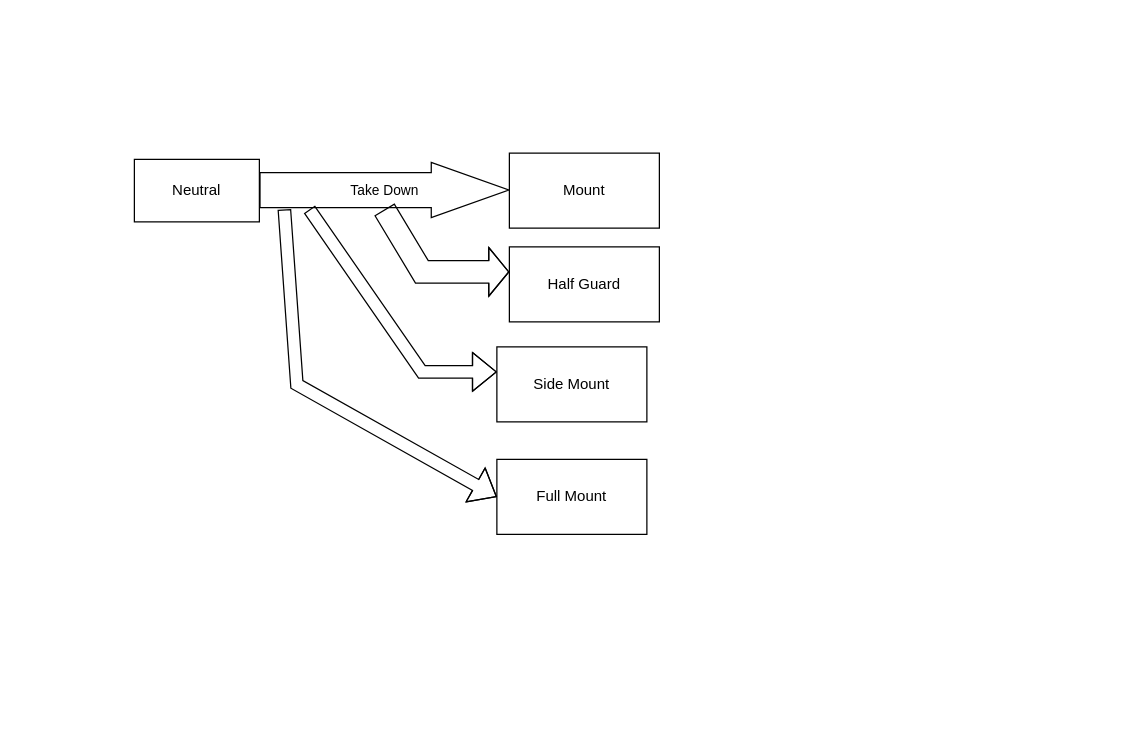
Earlier version of the draw.io diagram Untitled Diagram.drawio (morik04/BJJ). Source tidied: cells renumbered, new cells numbered last; positions are measured from the earlier drawing's top-left corner, leaving out a move shared by most shapes. Both pictures are drawn from the tidied source at 125%, with x=0, y=0 at pixel (134, 152).
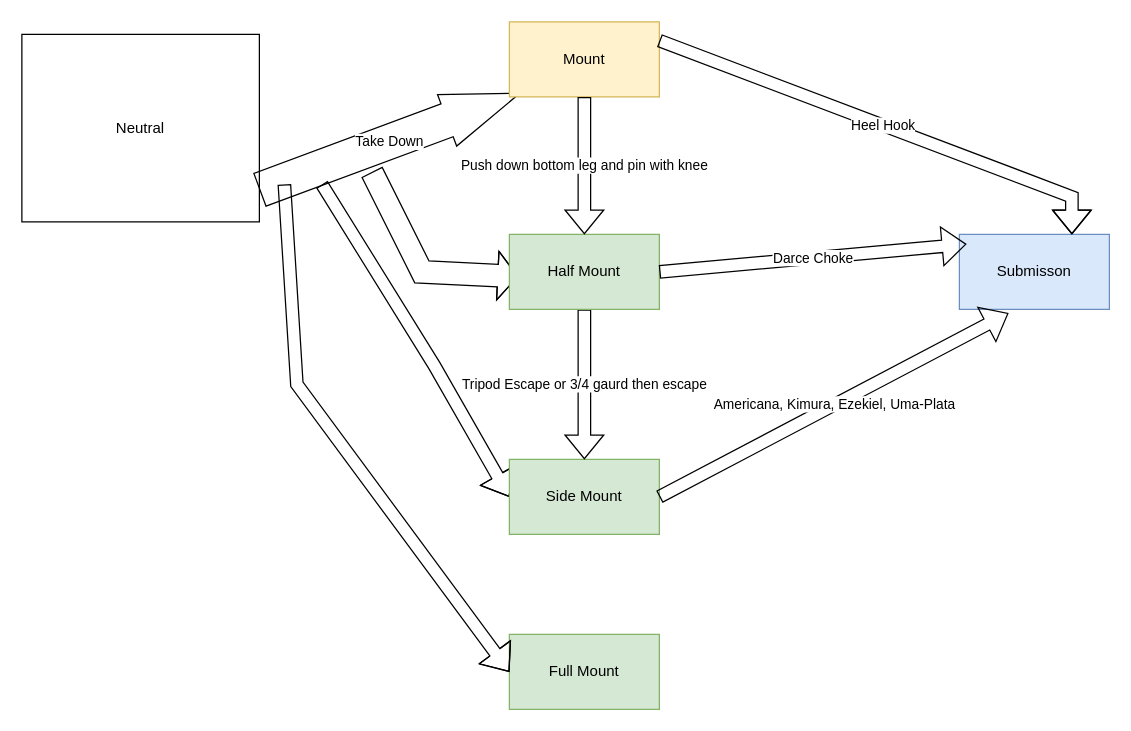
The same page after the edit.

Commit message (it also covers changes not shown here):
BJJ FLOWCHART

The edit, as a diff of the source:
```diff
@@
     <mxCell id="2" value="Neutral" style="rounded=0;whiteSpace=wrap;html=1;" parent="1" vertex="1">
-      <mxGeometry y="5" width="100" height="50" as="geometry" />
+      <mxGeometry x="-90" y="-95" width="190" height="150" as="geometry" />
     </mxCell>
-    <mxCell id="3" value="Take Down" style="shape=flexArrow;endArrow=classic;html=1;rounded=0;endWidth=15;endSize=20.33;width=28;" parent="1" edge="1">
+    <mxCell id="3" value="Take Down" style="shape=flexArrow;endArrow=classic;html=1;rounded=0;endWidth=15;endSize=20.33;width=28;entryX=0.073;entryY=0.95;entryDx=0;entryDy=0;entryPerimeter=0;" parent="1" edge="1" target="4">
       <mxGeometry relative="1" as="geometry">
         <mxPoint x="100" y="29.5" as="sourcePoint" />
-        <mxPoint x="300" y="29.5" as="targetPoint" />
       </mxGeometry>
     </mxCell>
-    <mxCell id="4" value="Mount" style="rounded=0;whiteSpace=wrap;html=1;" parent="1" vertex="1">
-      <mxGeometry x="300" width="120" height="60" as="geometry" />
+    <mxCell id="4" value="Mount" style="rounded=0;whiteSpace=wrap;html=1;labelBackgroundColor=none;labelBorderColor=none;fillColor=#fff2cc;strokeColor=#d6b656;" parent="1" vertex="1">
+      <mxGeometry x="300" y="-105" width="120" height="60" as="geometry" />
     </mxCell>
-    <mxCell id="5" style="shape=flexArrow;endArrow=classic;html=1;rounded=0;width=18;endSize=5;" parent="1" edge="1">
+    <mxCell id="5" style="shape=flexArrow;endArrow=classic;html=1;rounded=0;width=18;endSize=5;entryX=0.06;entryY=0.563;entryDx=0;entryDy=0;entryPerimeter=0;" parent="1" edge="1" target="12">
       <mxGeometry relative="1" as="geometry">
-        <mxPoint x="200" y="45" as="sourcePoint" />
-        <mxPoint x="300" y="95" as="targetPoint" />
+        <mxPoint x="190" y="15" as="sourcePoint" />
         <Array as="points">
           <mxPoint x="230" y="95" />
         </Array>
       </mxGeometry>
     </mxCell>
-    <mxCell id="6" style="shape=flexArrow;endArrow=classic;html=1;rounded=0;" parent="1" edge="1">
+    <mxCell id="6" style="shape=flexArrow;endArrow=classic;html=1;rounded=0;entryX=0;entryY=0.5;entryDx=0;entryDy=0;" parent="1" edge="1" target="8">
       <mxGeometry relative="1" as="geometry">
-        <mxPoint x="140" y="45" as="sourcePoint" />
-        <mxPoint x="290" y="175" as="targetPoint" />
+        <mxPoint x="150" y="25" as="sourcePoint" />
         <Array as="points">
-          <mxPoint x="230" y="175" />
+          <mxPoint x="240" y="170" />
         </Array>
       </mxGeometry>
     </mxCell>
-    <mxCell id="7" value="Half Guard" style="rounded=0;whiteSpace=wrap;html=1;" parent="1" vertex="1">
-      <mxGeometry x="300" y="75" width="120" height="60" as="geometry" />
-    </mxCell>
-    <mxCell id="8" value="Side Mount" style="rounded=0;whiteSpace=wrap;html=1;" parent="1" vertex="1">
-      <mxGeometry x="290" y="155" width="120" height="60" as="geometry" />
+    <mxCell id="8" value="Side Mount" style="rounded=0;whiteSpace=wrap;html=1;fillColor=#d5e8d4;strokeColor=#82b366;" parent="1" vertex="1">
+      <mxGeometry x="300" y="245" width="120" height="60" as="geometry" />
     </mxCell>
-    <mxCell id="9" value="Full Mount" style="rounded=0;whiteSpace=wrap;html=1;" parent="1" vertex="1">
-      <mxGeometry x="290" y="245" width="120" height="60" as="geometry" />
+    <mxCell id="9" value="Full Mount" style="rounded=0;whiteSpace=wrap;html=1;fillColor=#d5e8d4;strokeColor=#82b366;" parent="1" vertex="1">
+      <mxGeometry x="300" y="385" width="120" height="60" as="geometry" />
     </mxCell>
     <mxCell id="10" style="shape=flexArrow;endArrow=classic;html=1;rounded=0;entryX=0;entryY=0.5;entryDx=0;entryDy=0;" parent="1" edge="1" target="9">
       <mxGeometry relative="1" as="geometry">
-        <mxPoint x="120" y="45" as="sourcePoint" />
+        <mxPoint x="120" y="25" as="sourcePoint" />
         <Array as="points">
           <mxPoint x="130" y="185" />
         </Array>
       </mxGeometry>
     </mxCell>
+    <mxCell id="11" value="Tripod Escape or 3/4 gaurd then escape" style="shape=flexArrow;endArrow=classic;html=1;rounded=0;exitX=0.5;exitY=1;exitDx=0;exitDy=0;" parent="1" edge="1" source="12" target="8">
+      <mxGeometry relative="1" as="geometry" />
+    </mxCell>
+    <mxCell id="12" value="Half Mount" style="rounded=0;whiteSpace=wrap;html=1;fillColor=#d5e8d4;strokeColor=#82b366;" parent="1" vertex="1">
+      <mxGeometry x="300" y="65" width="120" height="60" as="geometry" />
+    </mxCell>
+    <mxCell id="13" value="Submisson" style="rounded=0;whiteSpace=wrap;html=1;fillColor=#dae8fc;strokeColor=#6c8ebf;" parent="1" vertex="1">
+      <mxGeometry x="660" y="65" width="120" height="60" as="geometry" />
+    </mxCell>
+    <mxCell id="14" value="Darce Choke" style="shape=flexArrow;endArrow=classic;html=1;rounded=0;entryX=0.047;entryY=0.13;entryDx=0;entryDy=0;entryPerimeter=0;" parent="1" edge="1" target="13">
+      <mxGeometry relative="1" as="geometry">
+        <mxPoint x="420" y="95" as="sourcePoint" />
+      </mxGeometry>
+    </mxCell>
+    <mxCell id="15" value="Heel Hook" style="shape=flexArrow;endArrow=classic;html=1;rounded=0;entryX=0.75;entryY=0;entryDx=0;entryDy=0;exitX=1;exitY=0.25;exitDx=0;exitDy=0;" parent="1" edge="1" source="4" target="13">
+      <mxGeometry relative="1" as="geometry">
+        <Array as="points">
+          <mxPoint x="750" y="35" />
+        </Array>
+      </mxGeometry>
+    </mxCell>
+    <mxCell id="16" value="Push down bottom leg and pin with knee" style="shape=flexArrow;endArrow=classic;html=1;rounded=0;exitX=0.5;exitY=1;exitDx=0;exitDy=0;entryX=0.5;entryY=0;entryDx=0;entryDy=0;" parent="1" edge="1" source="4" target="12">
+      <mxGeometry relative="1" as="geometry" />
+    </mxCell>
+    <mxCell id="17" value="Americana, Kimura, Ezekiel, Uma-Plata" style="shape=flexArrow;endArrow=classic;html=1;rounded=0;entryX=0.327;entryY=1.05;entryDx=0;entryDy=0;entryPerimeter=0;" parent="1" edge="1" target="13">
+      <mxGeometry relative="1" as="geometry">
+        <mxPoint x="420" y="275" as="sourcePoint" />
+      </mxGeometry>
+    </mxCell>
```
